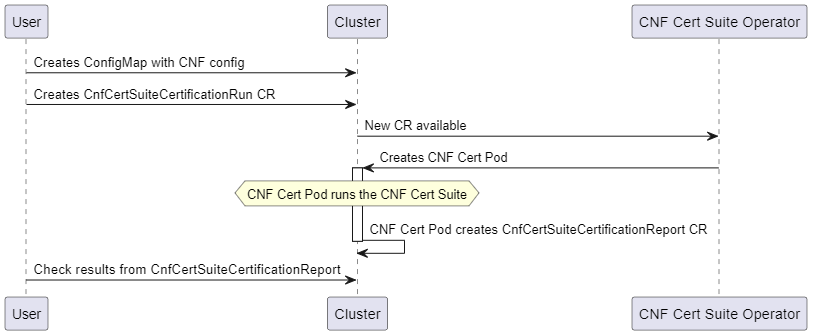
Earlier version of the PlantUML export doc/uml/use_case_run.png (test-network-function/cnf-certsuite-operator). Its source is kept beside it as doc/uml/use_case_run.puml.
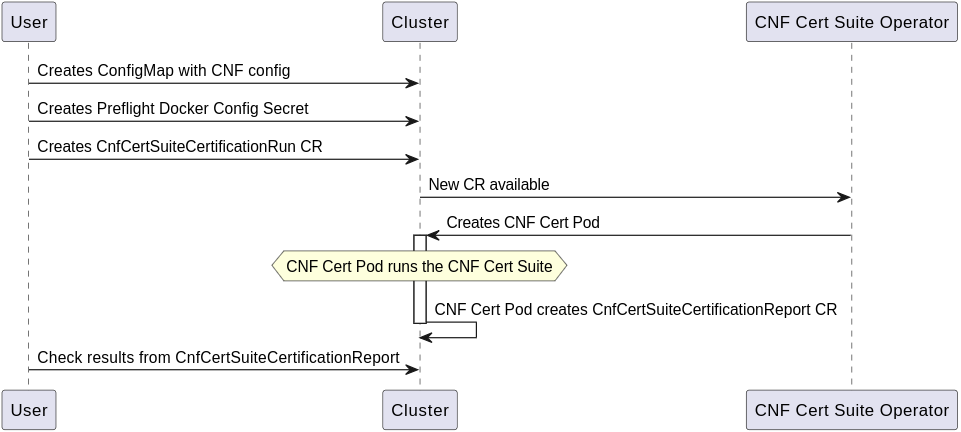
After the change.

What changed in the source:
```diff
@@ -1,5 +1,6 @@
 @startuml "Run sequence"
 User -> Cluster : Creates ConfigMap with CNF config
+User -> Cluster: Creates Preflight Docker Config Secret
 User -> Cluster : Creates CnfCertSuiteCertificationRun CR
 Cluster -> "CNF Cert Suite Operator" : New CR available
 "CNF Cert Suite Operator" -> Cluster : Creates CNF Cert Pod
```
